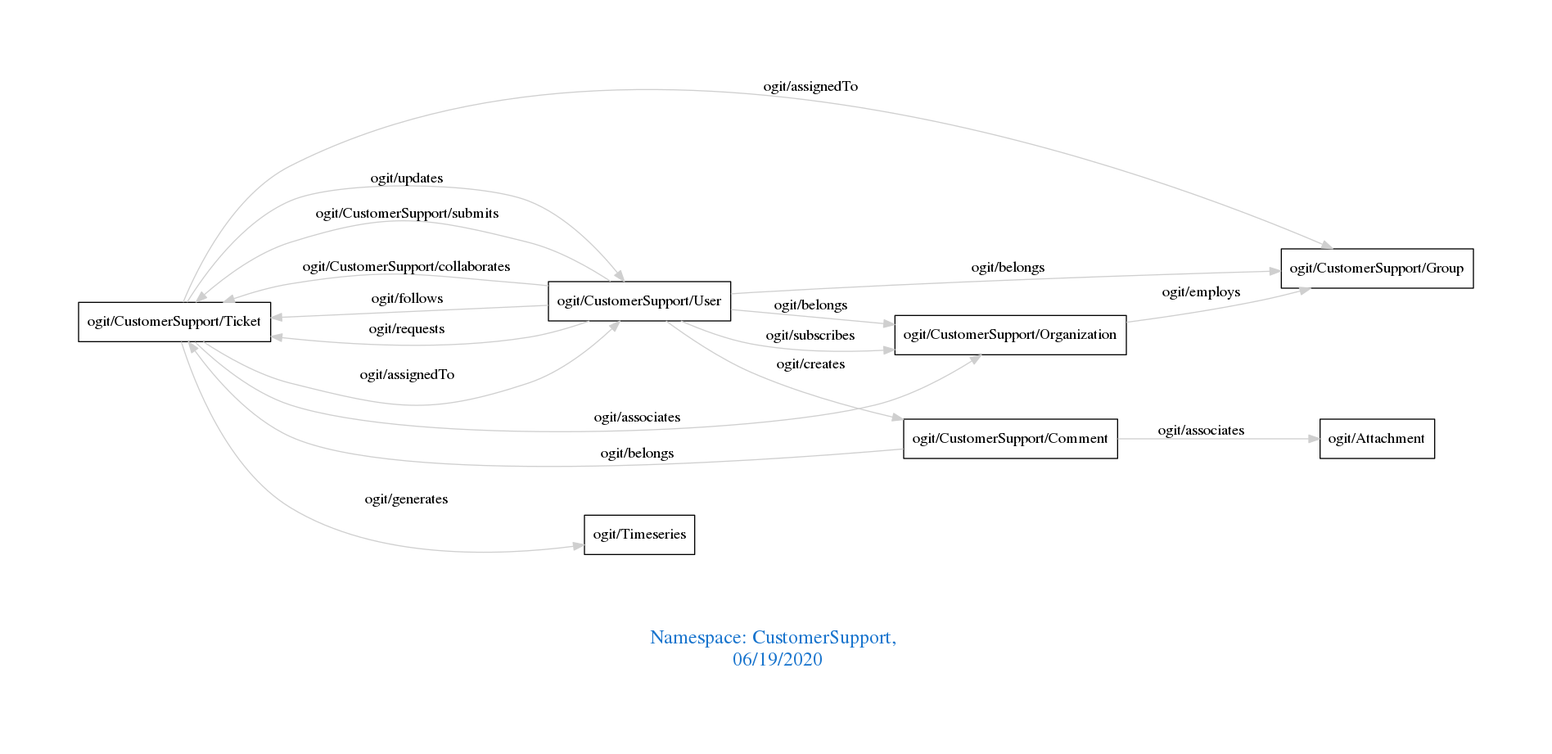
arago/OGIT keeps this Graphviz diagram as downloads/CustomerSupport.png. Above is the earlier version. Its source is kept beside it as downloads/CustomerSupport.dot.
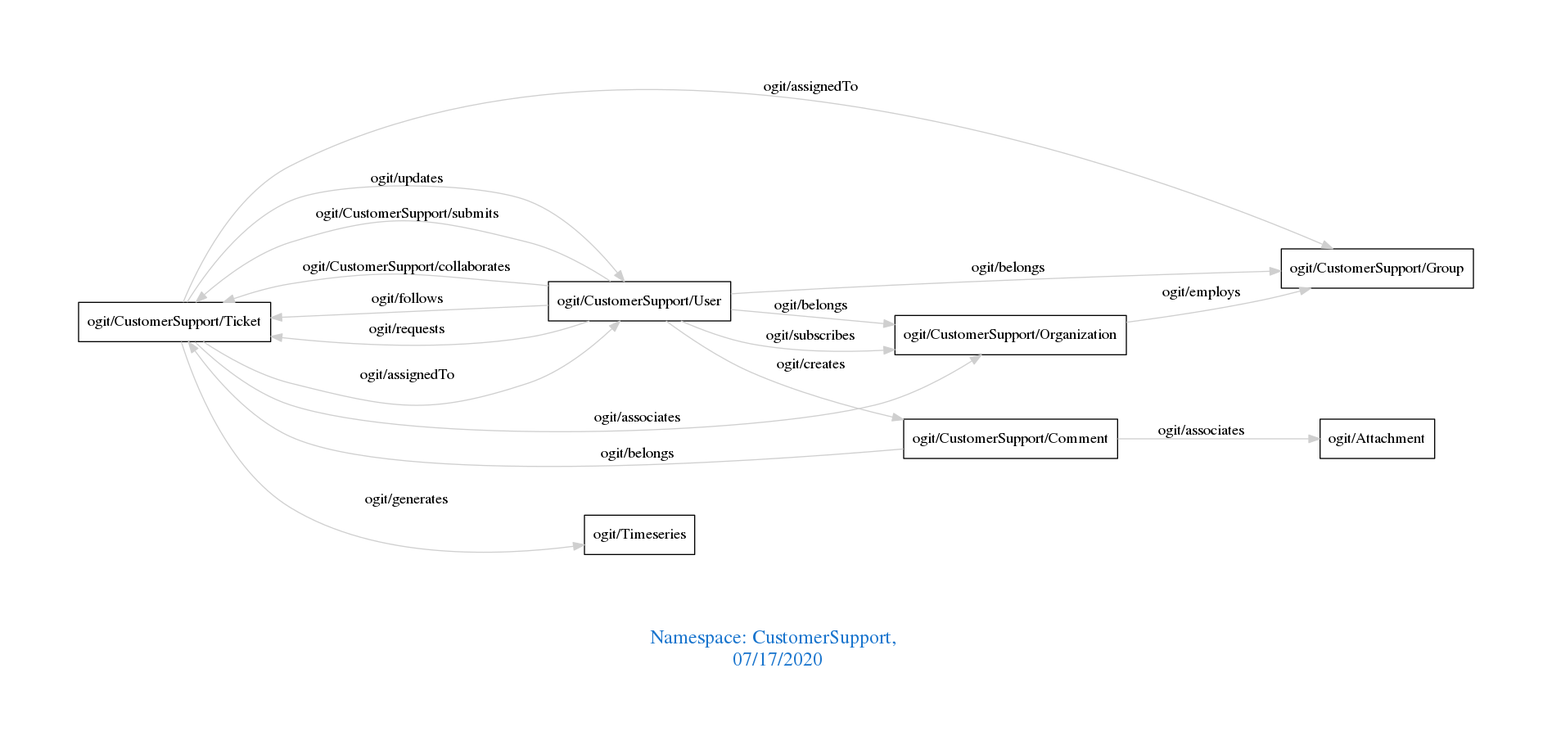
The same file after the commit.

Change to the diagram source:
```diff
@@ -1,7 +1,7 @@
 digraph OGIT_ontology {
  graph [ rankdir= LR,pad=1
 fontsize = 18,
-fontcolor= dodgerblue3,label = "\n\n\nNamespace: CustomerSupport, \n 06/19/2020"];
+fontcolor= dodgerblue3,label = "\n\n\nNamespace: CustomerSupport, \n 07/17/2020"];
 node[shape=polygon];
 edge [  color="gray81"];
 
```
